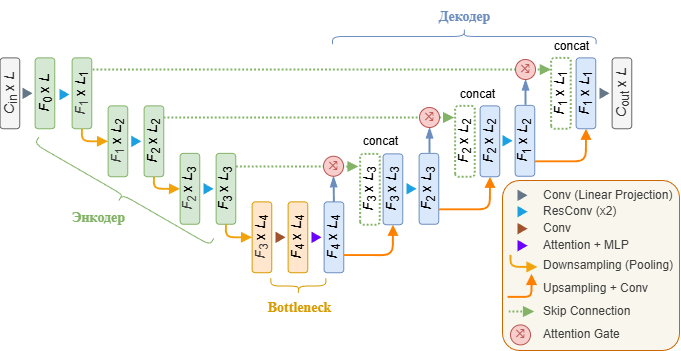
The draw.io diagram images/parametersEstimation/model_block_diagram.drawio.png in romangorbunov91/master-thesis-2026, before a commit. Source tidied: cells renumbered, new cells last; positions are measured from the earlier drawing's top-left corner, leaving out a move shared by most shapes.
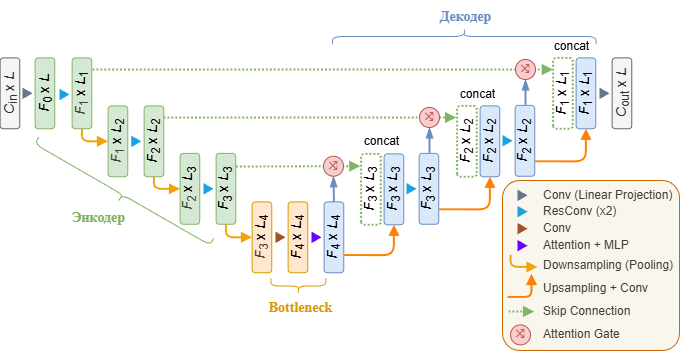
After the commit.

What changed in the source:
```diff
@@ -17,10 +17,8 @@
     <mxCell id="6" value="&lt;font style=&quot;font-size: 14px; line-height: 100%;&quot;&gt;&lt;i style=&quot;color: rgb(63, 63, 63); scrollbar-color: rgb(226, 226, 226) rgb(251, 251, 251);&quot;&gt;F&lt;/i&gt;&lt;sub style=&quot;color: rgb(63, 63, 63); scrollbar-color: rgb(226, 226, 226) rgb(251, 251, 251); line-height: 11.6667px;&quot;&gt;2&lt;/sub&gt;&amp;nbsp;x &lt;i&gt;L&lt;/i&gt;&lt;sub&gt;3&lt;/sub&gt;&lt;/font&gt;" style="rounded=1;whiteSpace=wrap;html=1;rotation=-90;fillColor=#d5e8d4;strokeColor=#82b366;" parent="1" vertex="1">
       <mxGeometry x="180" y="274.5" width="70.9" height="19.7" as="geometry" />
     </mxCell>
-    <mxCell id="7" style="edgeStyle=none;html=1;exitX=0.815;exitY=1.008;exitDx=0;exitDy=0;exitPerimeter=0;rounded=0;curved=0;fillColor=#d5e8d4;strokeColor=#82b366;strokeWidth=1.9685;endArrow=block;endFill=1;dashed=1;dashPattern=1 1;" parent="1" edge="1" source="8">
-      <mxGeometry relative="1" as="geometry">
-        <mxPoint x="384" y="262" as="targetPoint" />
-      </mxGeometry>
+    <mxCell id="7" style="edgeStyle=none;html=1;exitX=0.815;exitY=1.008;exitDx=0;exitDy=0;exitPerimeter=0;rounded=0;curved=0;fillColor=#d5e8d4;strokeColor=#82b366;strokeWidth=1.9685;endArrow=block;endFill=1;dashed=1;dashPattern=1 1;entryX=0.827;entryY=-0.038;entryDx=0;entryDy=0;entryPerimeter=0;" parent="1" edge="1" source="8" target="19">
+      <mxGeometry relative="1" as="geometry" />
     </mxCell>
     <mxCell id="8" value="&lt;font style=&quot;font-size: 14px; line-height: 100%;&quot;&gt;&lt;i&gt;F&lt;/i&gt;&lt;sub style=&quot;line-height: 100%;&quot;&gt;3&lt;/sub&gt;&amp;nbsp;x &lt;i&gt;L&lt;/i&gt;&lt;sub&gt;3&lt;/sub&gt;&lt;/font&gt;" style="rounded=1;whiteSpace=wrap;html=1;rotation=-90;fillColor=#d5e8d4;strokeColor=#82b366;" parent="1" vertex="1">
       <mxGeometry x="216" y="274.5" width="70.9" height="19.7" as="geometry" />
@@ -56,13 +54,13 @@
       <mxGeometry x="337" y="327.1" width="10" height="11.5" as="geometry" />
     </mxCell>
     <mxCell id="19" value="&lt;font style=&quot;font-size: 14px; line-height: 100%;&quot;&gt;&lt;i&gt;F&lt;/i&gt;&lt;sub style=&quot;line-height: 100%;&quot;&gt;3&lt;/sub&gt;&amp;nbsp;x &lt;i&gt;L&lt;/i&gt;&lt;sub&gt;3&lt;/sub&gt;&lt;/font&gt;" style="rounded=1;whiteSpace=wrap;html=1;rotation=-90;fillColor=none;strokeColor=#82b366;dashed=1;strokeWidth=1.9685;dashPattern=1 1;" parent="1" vertex="1">
-      <mxGeometry x="360" y="275" width="70.9" height="19.7" as="geometry" />
+      <mxGeometry x="361" y="275" width="70.9" height="19.7" as="geometry" />
     </mxCell>
     <mxCell id="20" style="edgeStyle=none;html=1;exitX=1;exitY=0.5;exitDx=0;exitDy=0;rounded=0;curved=0;strokeWidth=1.9685;endArrow=blockThin;endFill=1;fillColor=#dae8fc;strokeColor=#6c8ebf;" parent="1" edge="1" source="17" target="23">
       <mxGeometry relative="1" as="geometry" />
     </mxCell>
     <mxCell id="21" value="&lt;font style=&quot;font-size: 14px; line-height: 100%;&quot;&gt;&lt;i&gt;F&lt;/i&gt;&lt;sub style=&quot;line-height: 100%;&quot;&gt;3&lt;/sub&gt;&amp;nbsp;x &lt;i&gt;L&lt;/i&gt;&lt;sub&gt;3&lt;/sub&gt;&lt;/font&gt;" style="rounded=1;whiteSpace=wrap;html=1;rotation=-90;fillColor=#dae8fc;strokeColor=#6c8ebf;" parent="1" vertex="1">
-      <mxGeometry x="383" y="275" width="70.9" height="19.7" as="geometry" />
+      <mxGeometry x="384" y="275" width="70.9" height="19.7" as="geometry" />
     </mxCell>
     <mxCell id="22" style="edgeStyle=orthogonalEdgeStyle;html=1;strokeColor=#FF8000;fillColor=#fa6800;endArrow=block;endFill=1;strokeWidth=1.9685;exitX=0.25;exitY=1;exitDx=0;exitDy=0;entryX=0;entryY=0.5;entryDx=0;entryDy=0;" parent="1" edge="1" source="17" target="21">
       <mxGeometry relative="1" as="geometry" />
@@ -73,11 +71,11 @@
     <mxCell id="24" style="triangle;whiteSpace=wrap;html=1;fillColor=#1ba1e2;fontColor=#ffffff;strokeColor=none;" parent="1" vertex="1">
       <mxGeometry x="432" y="278.6" width="10" height="11.5" as="geometry" />
     </mxCell>
-    <mxCell id="25" value="&lt;font style=&quot;font-size: 14px; line-height: 100%;&quot;&gt;&lt;i&gt;F&lt;/i&gt;&lt;sub style=&quot;line-height: 100%;&quot;&gt;2&lt;/sub&gt;&amp;nbsp;x &lt;i&gt;L&lt;/i&gt;&lt;sub&gt;3&lt;/sub&gt;&lt;/font&gt;" style="rounded=1;whiteSpace=wrap;html=1;rotation=-90;fillColor=#dae8fc;strokeColor=#6c8ebf;" parent="1" vertex="1">
+    <mxCell id="25" value="&lt;font style=&quot;font-size: 14px; line-height: 100%;&quot;&gt;&lt;i&gt;F&lt;/i&gt;&lt;sub style=&quot;line-height: 100%;&quot;&gt;3&lt;/sub&gt;&amp;nbsp;x &lt;i&gt;L&lt;/i&gt;&lt;sub&gt;3&lt;/sub&gt;&lt;/font&gt;" style="rounded=1;whiteSpace=wrap;html=1;rotation=-90;fillColor=#dae8fc;strokeColor=#6c8ebf;" parent="1" vertex="1">
       <mxGeometry x="419" y="274.5" width="70.9" height="19.7" as="geometry" />
     </mxCell>
     <mxCell id="26" value="&lt;font style=&quot;font-size: 14px; line-height: 100%;&quot;&gt;&lt;i&gt;F&lt;/i&gt;&lt;sub style=&quot;line-height: 100%;&quot;&gt;2&lt;/sub&gt;&amp;nbsp;x &lt;i&gt;L&lt;/i&gt;&lt;sub&gt;2&lt;/sub&gt;&lt;/font&gt;" style="rounded=1;whiteSpace=wrap;html=1;rotation=-90;fillColor=none;strokeColor=#82b366;dashed=1;strokeWidth=1.9685;dashPattern=1 1;" parent="1" vertex="1">
-      <mxGeometry x="455" y="227" width="70.9" height="19.7" as="geometry" />
+      <mxGeometry x="457" y="227" width="70.9" height="19.7" as="geometry" />
     </mxCell>
     <mxCell id="27" value="&lt;font style=&quot;font-size: 14px; line-height: 100%;&quot;&gt;&lt;i&gt;F&lt;/i&gt;&lt;sub style=&quot;line-height: 100%;&quot;&gt;2&lt;/sub&gt;&amp;nbsp;x &lt;i&gt;L&lt;/i&gt;&lt;sub&gt;2&lt;/sub&gt;&lt;/font&gt;" style="rounded=1;whiteSpace=wrap;html=1;rotation=-90;fillColor=#dae8fc;strokeColor=#6c8ebf;" parent="1" vertex="1">
       <mxGeometry x="480" y="227" width="70.9" height="19.7" as="geometry" />
@@ -123,11 +121,11 @@
     <mxCell id="40" style="triangle;whiteSpace=wrap;html=1;fillColor=#1ba1e2;fontColor=#ffffff;strokeColor=none;" parent="1" vertex="1">
       <mxGeometry x="528" y="230.6" width="10" height="11.5" as="geometry" />
     </mxCell>
-    <mxCell id="41" value="&lt;font style=&quot;font-size: 14px; line-height: 100%;&quot;&gt;&lt;i&gt;F&lt;/i&gt;&lt;sub style=&quot;line-height: 100%;&quot;&gt;1&lt;/sub&gt;&amp;nbsp;x &lt;i&gt;L&lt;/i&gt;&lt;sub&gt;2&lt;/sub&gt;&lt;/font&gt;" style="rounded=1;whiteSpace=wrap;html=1;rotation=-90;fillColor=#dae8fc;strokeColor=#6c8ebf;" parent="1" vertex="1">
+    <mxCell id="41" value="&lt;font style=&quot;font-size: 14px; line-height: 100%;&quot;&gt;&lt;i&gt;F&lt;/i&gt;&lt;sub style=&quot;line-height: 100%;&quot;&gt;2&lt;/sub&gt;&amp;nbsp;x &lt;i&gt;L&lt;/i&gt;&lt;sub&gt;2&lt;/sub&gt;&lt;/font&gt;" style="rounded=1;whiteSpace=wrap;html=1;rotation=-90;fillColor=#dae8fc;strokeColor=#6c8ebf;" parent="1" vertex="1">
       <mxGeometry x="515" y="226.5" width="70.9" height="19.7" as="geometry" />
     </mxCell>
     <mxCell id="42" value="&lt;font style=&quot;font-size: 14px; line-height: 100%;&quot;&gt;&lt;i&gt;F&lt;/i&gt;&lt;sub style=&quot;line-height: 100%;&quot;&gt;1&lt;/sub&gt;&amp;nbsp;x &lt;i&gt;L&lt;/i&gt;&lt;sub&gt;1&lt;/sub&gt;&lt;/font&gt;" style="rounded=1;whiteSpace=wrap;html=1;rotation=-90;fillColor=none;strokeColor=#82b366;dashed=1;strokeWidth=1.9685;dashPattern=1 1;" parent="1" vertex="1">
-      <mxGeometry x="551" y="179" width="70.9" height="19.7" as="geometry" />
+      <mxGeometry x="553" y="179" width="70.9" height="19.7" as="geometry" />
     </mxCell>
     <mxCell id="43" value="&lt;font style=&quot;font-size: 14px; line-height: 100%;&quot;&gt;&lt;i&gt;F&lt;/i&gt;&lt;sub style=&quot;line-height: 100%;&quot;&gt;1&lt;/sub&gt;&amp;nbsp;x &lt;i&gt;L&lt;/i&gt;&lt;sub&gt;1&lt;/sub&gt;&lt;/font&gt;" style="rounded=1;whiteSpace=wrap;html=1;rotation=-90;fillColor=#dae8fc;strokeColor=#6c8ebf;" parent="1" vertex="1">
       <mxGeometry x="576" y="179" width="70.9" height="19.7" as="geometry" />
@@ -190,7 +188,7 @@
       <mxGeometry x="536" y="420.4" width="20" height="20" as="geometry" />
     </mxCell>
     <mxCell id="58" value="&lt;div style=&quot;text-align: left;&quot;&gt;&lt;span style=&quot;background-color: transparent; text-wrap-mode: wrap;&quot;&gt;&lt;font&gt;concat&lt;/font&gt;&lt;/span&gt;&lt;/div&gt;" style="text;html=1;align=center;verticalAlign=middle;strokeColor=none;fillColor=none;" parent="1" vertex="1">
-      <mxGeometry x="379" y="223.3" width="54" height="27" as="geometry" />
+      <mxGeometry x="380" y="223.3" width="54" height="27" as="geometry" />
     </mxCell>
     <mxCell id="59" value="&lt;div style=&quot;text-align: left;&quot;&gt;&lt;span style=&quot;background-color: transparent; text-wrap-mode: wrap;&quot;&gt;&lt;font&gt;concat&lt;/font&gt;&lt;/span&gt;&lt;/div&gt;" style="text;html=1;align=center;verticalAlign=middle;strokeColor=none;fillColor=none;" parent="1" vertex="1">
       <mxGeometry x="476" y="176" width="54" height="27" as="geometry" />
```
